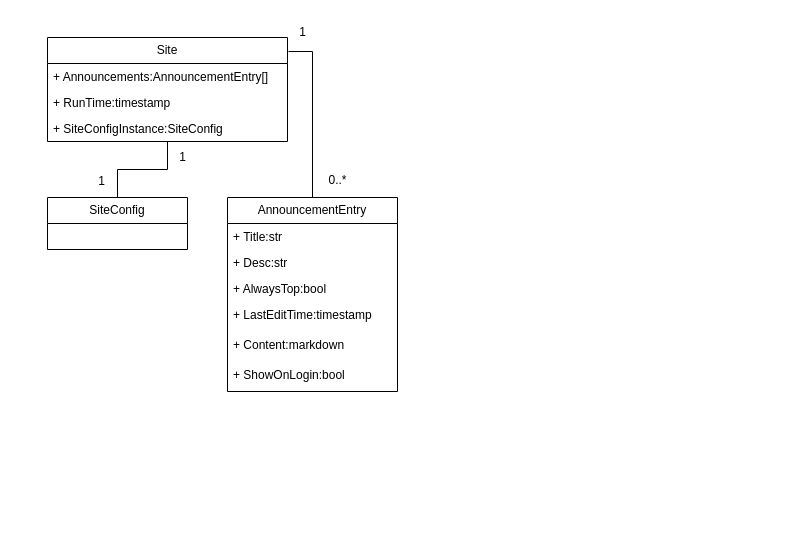
This is Site类图.drawio from icemeowzhi/bach_final_diags, a draw.io file, before an edit. Source tidied: cells renumbered, new cells numbered last; positions are measured from the earlier drawing's top-left corner, leaving out a move shared by most shapes. Both pictures are drawn from the tidied source at 100%, with x=0, y=0 at pixel (47, 17).
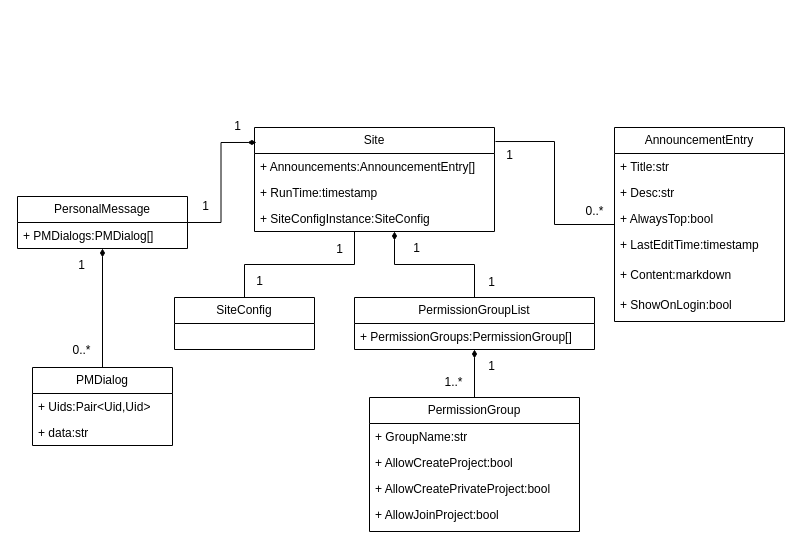
The same page after the edit.

What changed in the source:
```diff
@@
     <mxCell id="2" value="Site" style="swimlane;fontStyle=0;horizontal=1;startSize=26;fillColor=none;whiteSpace=wrap;html=1;" parent="1" vertex="1">
-      <mxGeometry y="20" width="240" height="104" as="geometry" />
+      <mxGeometry x="207" y="110" width="240" height="104" as="geometry" />
     </mxCell>
@@
     <mxCell id="6" value="SiteConfig" style="swimlane;fontStyle=0;horizontal=1;startSize=26;fillColor=none;whiteSpace=wrap;html=1;" parent="1" vertex="1">
-      <mxGeometry y="180" width="140" height="52" as="geometry" />
+      <mxGeometry x="127" y="280" width="140" height="52" as="geometry" />
     </mxCell>
     <mxCell id="7" value="AnnouncementEntry" style="swimlane;fontStyle=0;horizontal=1;startSize=26;fillColor=none;whiteSpace=wrap;html=1;" parent="1" vertex="1">
-      <mxGeometry x="180" y="180" width="170" height="194" as="geometry" />
+      <mxGeometry x="567" y="110" width="170" height="194" as="geometry" />
     </mxCell>
@@
-    <mxCell id="14" style="edgeStyle=orthogonalEdgeStyle;rounded=0;jettySize=auto;html=1;exitX=0.5;exitY=0;exitDx=0;exitDy=0;entryX=1.004;entryY=0.135;entryDx=0;entryDy=0;entryPerimeter=0;endArrow=none;endFill=0;" parent="1" edge="1" source="7" target="2">
+    <mxCell id="14" style="edgeStyle=orthogonalEdgeStyle;rounded=0;jettySize=auto;html=1;entryX=1.004;entryY=0.135;entryDx=0;entryDy=0;entryPerimeter=0;endArrow=none;endFill=0;" parent="1" edge="1" source="7" target="2">
       <mxGeometry relative="1" as="geometry" />
     </mxCell>
     <mxCell id="15" style="edgeStyle=orthogonalEdgeStyle;rounded=0;jettySize=auto;html=1;endArrow=none;endFill=0;" parent="1" edge="1" source="6" target="2">
-      <mxGeometry relative="1" as="geometry" />
+      <mxGeometry relative="1" as="geometry">
+        <Array as="points">
+          <mxPoint x="197" y="247" />
+          <mxPoint x="307" y="247" />
+        </Array>
+      </mxGeometry>
     </mxCell>
     <mxCell id="16" value="1" style="text;html=1;align=center;verticalAlign=middle;strokeColor=none;fillColor=none;" parent="1" vertex="1">
-      <mxGeometry x="240" width="30" height="30" as="geometry" />
+      <mxGeometry x="447" y="123" width="30" height="30" as="geometry" />
     </mxCell>
     <mxCell id="17" value="0..*" style="text;html=1;align=center;verticalAlign=middle;strokeColor=none;fillColor=none;" parent="1" vertex="1">
-      <mxGeometry x="270" y="148" width="40" height="30" as="geometry" />
+      <mxGeometry x="527" y="179" width="40" height="30" as="geometry" />
     </mxCell>
     <mxCell id="18" value="1" style="text;html=1;align=center;verticalAlign=middle;strokeColor=none;fillColor=none;" parent="1" vertex="1">
-      <mxGeometry x="120" y="125" width="30" height="30" as="geometry" />
+      <mxGeometry x="277" y="217" width="30" height="30" as="geometry" />
     </mxCell>
     <mxCell id="19" value="1" style="text;html=1;align=center;verticalAlign=middle;strokeColor=none;fillColor=none;" parent="1" vertex="1">
-      <mxGeometry x="39" y="149" width="30" height="30" as="geometry" />
+      <mxGeometry x="197" y="249" width="30" height="30" as="geometry" />
     </mxCell>
+    <mxCell id="20" style="edgeStyle=orthogonalEdgeStyle;rounded=0;jettySize=auto;html=1;endArrow=diamondThin;endFill=1;" parent="1" edge="1" source="21" target="2">
+      <mxGeometry relative="1" as="geometry">
+        <Array as="points">
+          <mxPoint x="427" y="247" />
+          <mxPoint x="347" y="247" />
+        </Array>
+      </mxGeometry>
+    </mxCell>
+    <mxCell id="21" value="PermissionGroupList" style="swimlane;fontStyle=0;horizontal=1;startSize=26;fillColor=none;whiteSpace=wrap;html=1;" parent="1" vertex="1">
+      <mxGeometry x="307" y="280" width="240" height="52" as="geometry" />
+    </mxCell>
+    <mxCell id="22" value="+ PermissionGroups:PermissionGroup[]" style="text;strokeColor=none;fillColor=none;align=left;verticalAlign=top;spacingLeft=4;spacingRight=4;overflow=hidden;whiteSpace=wrap;html=1;" parent="21" vertex="1">
+      <mxGeometry y="26" width="240" height="26" as="geometry" />
+    </mxCell>
+    <mxCell id="23" value="1" style="text;html=1;align=center;verticalAlign=middle;strokeColor=none;fillColor=none;" parent="1" vertex="1">
+      <mxGeometry x="354" y="216" width="30" height="30" as="geometry" />
+    </mxCell>
+    <mxCell id="24" value="1" style="text;html=1;align=center;verticalAlign=middle;strokeColor=none;fillColor=none;" parent="1" vertex="1">
+      <mxGeometry x="429" y="250" width="30" height="30" as="geometry" />
+    </mxCell>
+    <mxCell id="25" style="edgeStyle=orthogonalEdgeStyle;rounded=0;jettySize=auto;html=1;endArrow=diamondThin;endFill=1;" parent="1" edge="1" source="26" target="21">
+      <mxGeometry relative="1" as="geometry" />
+    </mxCell>
+    <mxCell id="26" value="PermissionGroup" style="swimlane;fontStyle=0;horizontal=1;startSize=26;fillColor=none;whiteSpace=wrap;html=1;" parent="1" vertex="1">
+      <mxGeometry x="322" y="380" width="210" height="134" as="geometry" />
+    </mxCell>
+    <mxCell id="27" value="+ GroupName:str" style="text;strokeColor=none;fillColor=none;align=left;verticalAlign=top;spacingLeft=4;spacingRight=4;overflow=hidden;whiteSpace=wrap;html=1;" parent="26" vertex="1">
+      <mxGeometry y="26" width="210" height="26" as="geometry" />
+    </mxCell>
+    <mxCell id="28" value="+ AllowCreateProject:bool" style="text;strokeColor=none;fillColor=none;align=left;verticalAlign=top;spacingLeft=4;spacingRight=4;overflow=hidden;whiteSpace=wrap;html=1;" parent="26" vertex="1">
+      <mxGeometry y="52" width="210" height="26" as="geometry" />
+    </mxCell>
+    <mxCell id="29" value="+ AllowCreatePrivateProject:bool" style="text;strokeColor=none;fillColor=none;align=left;verticalAlign=top;spacingLeft=4;spacingRight=4;overflow=hidden;whiteSpace=wrap;html=1;" parent="26" vertex="1">
+      <mxGeometry y="78" width="210" height="26" as="geometry" />
+    </mxCell>
+    <mxCell id="30" value="+ AllowJoinProject:bool" style="text;whiteSpace=wrap;html=1;fontFamily=Helvetica;fontSize=12;fontColor=default;spacingLeft=4;" parent="26" vertex="1">
+      <mxGeometry y="104" width="210" height="30" as="geometry" />
+    </mxCell>
+    <mxCell id="31" value="1" style="text;html=1;align=center;verticalAlign=middle;strokeColor=none;fillColor=none;" parent="1" vertex="1">
+      <mxGeometry x="429" y="334" width="30" height="30" as="geometry" />
+    </mxCell>
+    <mxCell id="32" value="1..*" style="text;html=1;align=center;verticalAlign=middle;strokeColor=none;fillColor=none;" parent="1" vertex="1">
+      <mxGeometry x="386" y="350" width="40" height="30" as="geometry" />
+    </mxCell>
+    <mxCell id="33" value="PersonalMessage" style="swimlane;fontStyle=0;horizontal=1;startSize=26;fillColor=none;whiteSpace=wrap;html=1;" parent="1" vertex="1">
+      <mxGeometry x="-30" y="179" width="170" height="52" as="geometry" />
+    </mxCell>
+    <mxCell id="34" value="+ PMDialogs:PMDialog[]" style="text;strokeColor=none;fillColor=none;align=left;verticalAlign=top;spacingLeft=4;spacingRight=4;overflow=hidden;whiteSpace=wrap;html=1;" parent="33" vertex="1">
+      <mxGeometry y="26" width="170" height="26" as="geometry" />
+    </mxCell>
+    <mxCell id="35" style="edgeStyle=orthogonalEdgeStyle;rounded=0;jettySize=auto;html=1;entryX=0.008;entryY=0.144;entryDx=0;entryDy=0;entryPerimeter=0;endArrow=diamondThin;endFill=1;" parent="1" edge="1" source="33" target="2">
+      <mxGeometry relative="1" as="geometry" />
+    </mxCell>
+    <mxCell id="36" value="1" style="text;html=1;align=center;verticalAlign=middle;strokeColor=none;fillColor=none;" parent="1" vertex="1">
+      <mxGeometry x="175" y="94" width="30" height="30" as="geometry" />
+    </mxCell>
+    <mxCell id="37" value="1" style="text;html=1;align=center;verticalAlign=middle;strokeColor=none;fillColor=none;" parent="1" vertex="1">
+      <mxGeometry x="143" y="174" width="30" height="30" as="geometry" />
+    </mxCell>
+    <mxCell id="38" style="edgeStyle=orthogonalEdgeStyle;rounded=0;jettySize=auto;html=1;endArrow=diamondThin;endFill=1;" parent="1" edge="1" source="39" target="33">
+      <mxGeometry relative="1" as="geometry" />
+    </mxCell>
+    <mxCell id="39" value="PMDialog" style="swimlane;fontStyle=0;horizontal=1;startSize=26;fillColor=none;whiteSpace=wrap;html=1;" parent="1" vertex="1">
+      <mxGeometry x="-15" y="350" width="140" height="78" as="geometry" />
+    </mxCell>
+    <mxCell id="40" value="+ Uids:Pair&amp;lt;Uid,Uid&amp;gt;" style="text;strokeColor=none;fillColor=none;align=left;verticalAlign=top;spacingLeft=4;spacingRight=4;overflow=hidden;whiteSpace=wrap;html=1;" parent="39" vertex="1">
+      <mxGeometry y="26" width="140" height="26" as="geometry" />
+    </mxCell>
+    <mxCell id="41" value="+ data:str" style="text;strokeColor=none;fillColor=none;align=left;verticalAlign=top;spacingLeft=4;spacingRight=4;overflow=hidden;whiteSpace=wrap;html=1;" parent="39" vertex="1">
+      <mxGeometry y="52" width="140" height="26" as="geometry" />
+    </mxCell>
+    <mxCell id="42" value="1" style="text;html=1;align=center;verticalAlign=middle;strokeColor=none;fillColor=none;" parent="1" vertex="1">
+      <mxGeometry x="19" y="233" width="30" height="30" as="geometry" />
+    </mxCell>
+    <mxCell id="43" value="0..*" style="text;html=1;align=center;verticalAlign=middle;strokeColor=none;fillColor=none;" parent="1" vertex="1">
+      <mxGeometry x="14" y="318" width="40" height="30" as="geometry" />
+    </mxCell>
```
